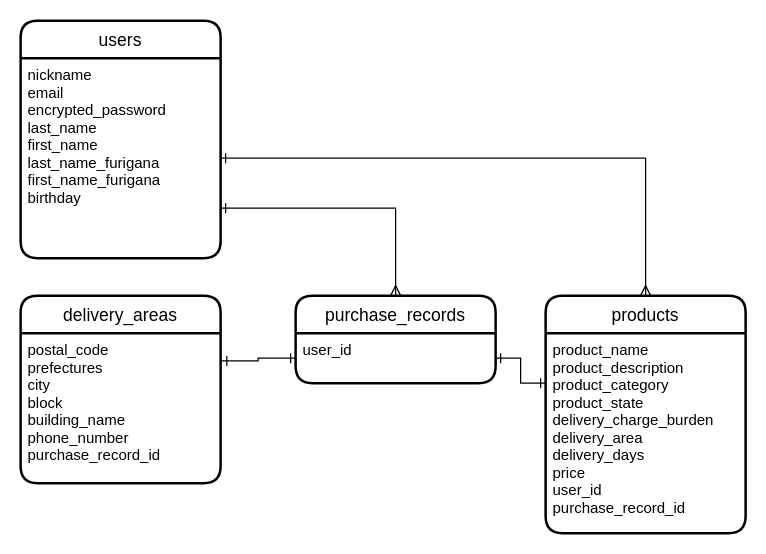
Above: er.dio in HijiriOkuhara/furima-36024 (draw.io), before the change. Source tidied: cells renumbered, new cells numbered last; positions are measured from the earlier drawing's top-left corner, leaving out a move shared by most shapes. Both pictures are drawn from the tidied source at 125%, with x=0, y=0 at pixel (20, 20).
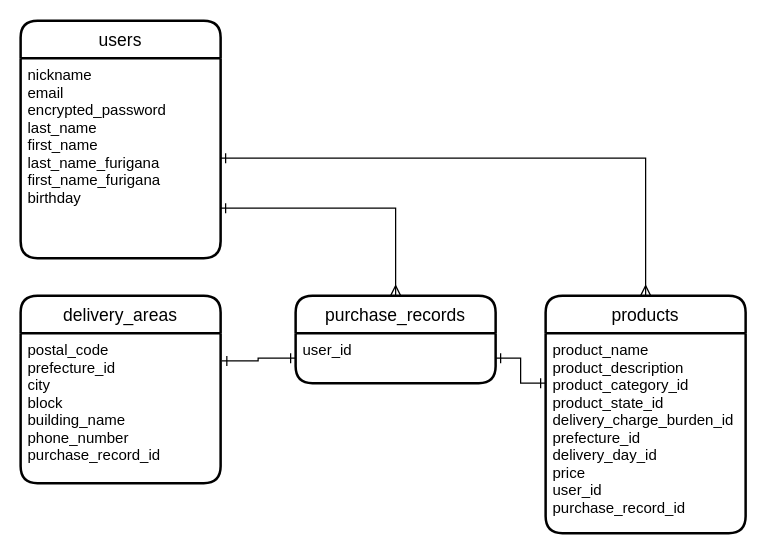
After the change.

Commit message (it also covers changes not shown here):
カラム名を修正

What changed in the source:
```diff
@@
 <mxGraphModel>
   <root>
     <mxCell id="0" />
     <mxCell id="1" parent="0" />
     <mxCell id="2" value="users" style="swimlane;horizontal=1;startSize=30;rounded=1;fontSize=14;fontStyle=0;strokeWidth=2;shadow=0;dashed=0;align=center;" parent="1" vertex="1">
       <mxGeometry width="160" height="190" as="geometry" />
     </mxCell>
     <mxCell id="3" value="nickname&#10;email&#10;encrypted_password&#10;last_name&#10;first_name&#10;last_name_furigana&#10;first_name_furigana&#10;birthday" style="align=left;strokeColor=none;fillColor=none;spacingLeft=4;fontSize=12;verticalAlign=top;" parent="2" vertex="1">
       <mxGeometry y="30" width="160" height="160" as="geometry" />
     </mxCell>
     <mxCell id="4" value="products" style="swimlane;horizontal=1;startSize=30;rounded=1;fontSize=14;fontStyle=0;strokeWidth=2;shadow=0;dashed=0;align=center;" parent="1" vertex="1">
       <mxGeometry x="420" y="220" width="160" height="190" as="geometry" />
     </mxCell>
-    <mxCell id="5" value="product_name&#10;product_description&#10;product_category&#10;product_state&#10;delivery_charge_burden&#10;delivery_area&#10;delivery_days&#10;price&#10;user_id&#10;purchase_record_id" style="align=left;strokeColor=none;fillColor=none;spacingLeft=4;fontSize=12;verticalAlign=top;" parent="4" vertex="1">
+    <mxCell id="5" value="product_name&#10;product_description&#10;product_category_id&#10;product_state_id&#10;delivery_charge_burden_id&#10;prefecture_id&#10;delivery_day_id&#10;price&#10;user_id&#10;purchase_record_id" style="align=left;strokeColor=none;fillColor=none;spacingLeft=4;fontSize=12;verticalAlign=top;" parent="4" vertex="1">
       <mxGeometry y="30" width="160" height="160" as="geometry" />
     </mxCell>
     <mxCell id="6" value="purchase_records" style="swimlane;horizontal=1;startSize=30;rounded=1;fontSize=14;fontStyle=0;strokeWidth=2;shadow=0;dashed=0;align=center;" parent="1" vertex="1">
       <mxGeometry x="220" y="220" width="160" height="70" as="geometry" />
     </mxCell>
     <mxCell id="7" value="user_id" style="align=left;strokeColor=none;fillColor=none;spacingLeft=4;fontSize=12;verticalAlign=top;" parent="6" vertex="1">
       <mxGeometry y="30" width="160" height="40" as="geometry" />
     </mxCell>
     <mxCell id="8" value="delivery_areas" style="swimlane;horizontal=1;startSize=30;rounded=1;fontSize=14;fontStyle=0;strokeWidth=2;shadow=0;dashed=0;align=center;" parent="1" vertex="1">
       <mxGeometry y="220" width="160" height="150" as="geometry" />
     </mxCell>
-    <mxCell id="9" value="postal_code&#10;prefectures&#10;city&#10;block&#10;building_name&#10;phone_number&#10;purchase_record_id" style="align=left;strokeColor=none;fillColor=none;spacingLeft=4;fontSize=12;verticalAlign=top;" parent="8" vertex="1">
+    <mxCell id="9" value="postal_code&#10;prefecture_id&#10;city&#10;block&#10;building_name&#10;phone_number&#10;purchase_record_id" style="align=left;strokeColor=none;fillColor=none;spacingLeft=4;fontSize=12;verticalAlign=top;" parent="8" vertex="1">
       <mxGeometry y="30" width="160" height="120" as="geometry" />
     </mxCell>
     <mxCell id="10" style="edgeStyle=orthogonalEdgeStyle;rounded=0;jettySize=auto;html=1;exitX=1;exitY=0.5;exitDx=0;exitDy=0;entryX=0.5;entryY=0;entryDx=0;entryDy=0;startArrow=ERone;startFill=0;endArrow=ERmany;endFill=0;" parent="1" edge="1" source="3" target="4">
       <mxGeometry relative="1" as="geometry" />
     </mxCell>
     <mxCell id="11" style="edgeStyle=orthogonalEdgeStyle;rounded=0;jettySize=auto;html=1;exitX=1;exitY=0.5;exitDx=0;exitDy=0;entryX=0;entryY=0.25;entryDx=0;entryDy=0;startArrow=ERone;startFill=0;endArrow=ERone;endFill=0;" parent="1" edge="1" source="7" target="5">
       <mxGeometry relative="1" as="geometry" />
     </mxCell>
     <mxCell id="12" style="edgeStyle=orthogonalEdgeStyle;rounded=0;jettySize=auto;html=1;exitX=0;exitY=0.5;exitDx=0;exitDy=0;entryX=1.006;entryY=0.185;entryDx=0;entryDy=0;entryPerimeter=0;startArrow=ERone;startFill=0;endArrow=ERone;endFill=0;" parent="1" edge="1" source="7" target="9">
       <mxGeometry relative="1" as="geometry" />
     </mxCell>
     <mxCell id="13" style="edgeStyle=orthogonalEdgeStyle;rounded=0;jettySize=auto;html=1;exitX=1;exitY=0.75;exitDx=0;exitDy=0;entryX=0.5;entryY=0;entryDx=0;entryDy=0;startArrow=ERone;startFill=0;endArrow=ERmany;endFill=0;" parent="1" edge="1" source="3" target="6">
       <mxGeometry relative="1" as="geometry" />
     </mxCell>
   </root>
 </mxGraphModel>
```
